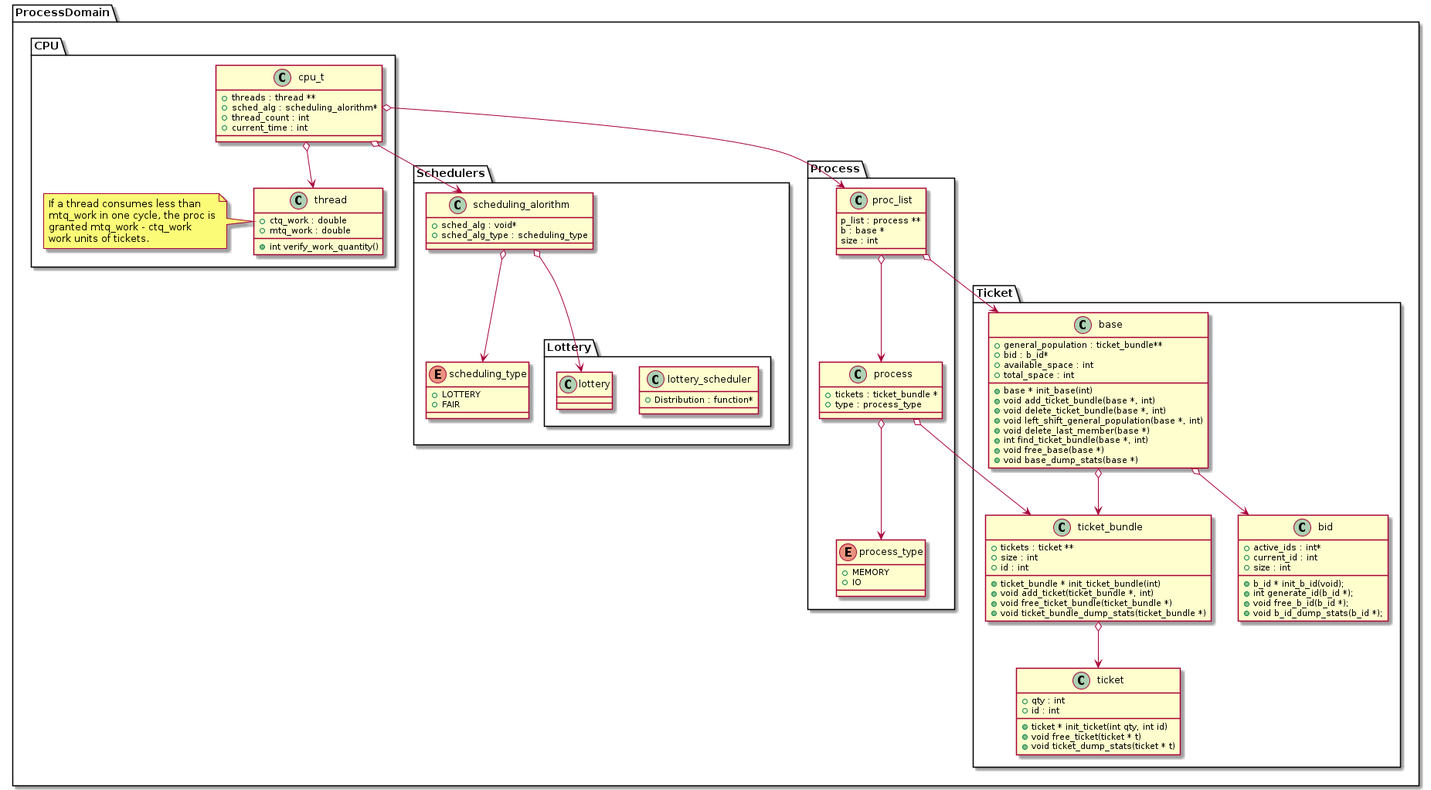
Earlier version of the PlantUML export documentation/uml_figure.png (millipedes/Scheduling-Simulator).
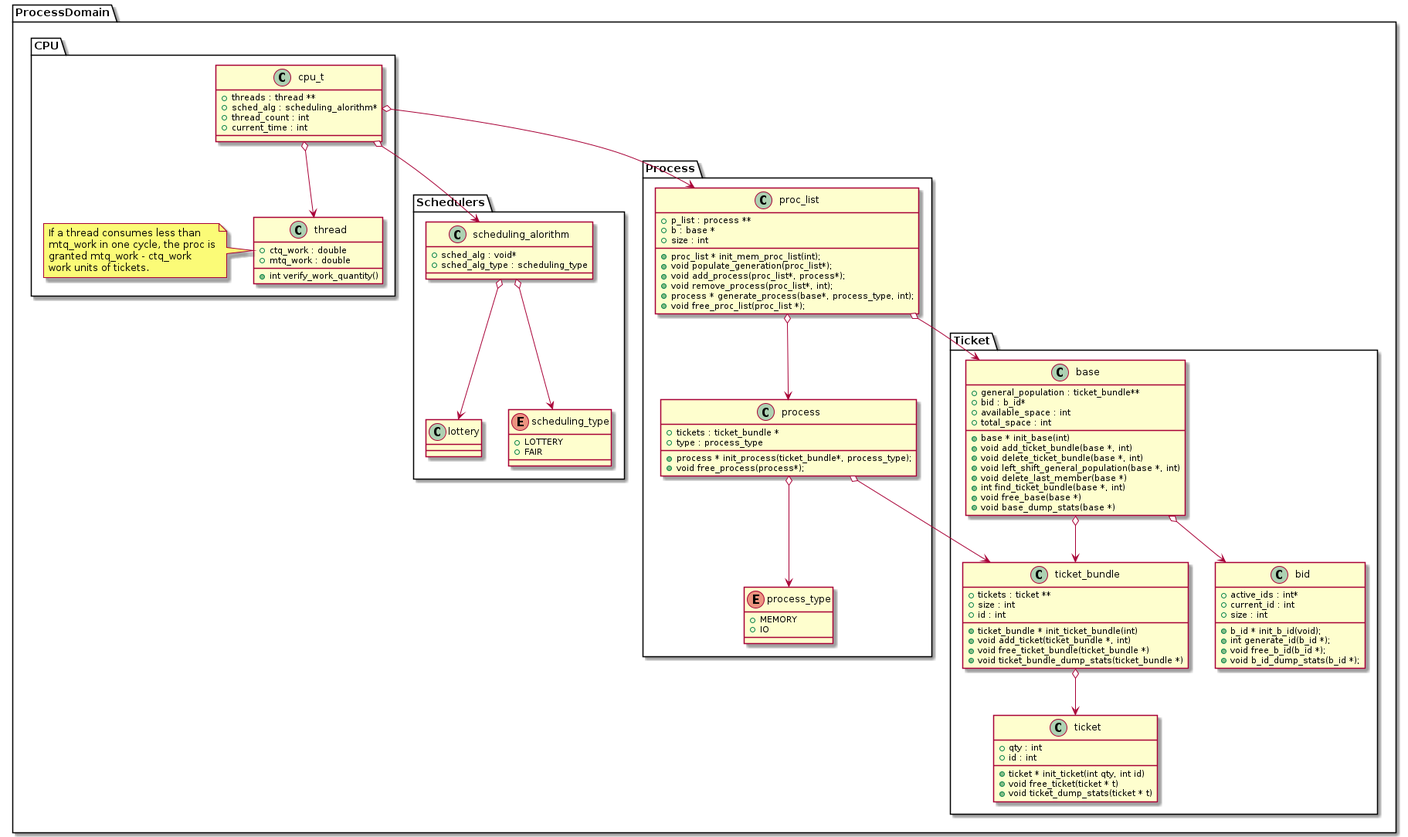
The same diagram one commit later.

What changed in the source:
```diff
@@ -6,13 +6,8 @@
       {field} + sched_alg : void*
       {field} + sched_alg_type : scheduling_type
     }
-    package Lottery {
-      class lottery_scheduler {
-        {field} + Distribution : function*
-      }
 
-      class lottery {
-      }
+    class lottery {
     }
 
     enum scheduling_type {
@@ -82,14 +77,23 @@
 
   package Process {
     class proc_list {
-      {field} p_list : process **
-      {field} b : base *
-      {field} size : int
+       {field} + p_list : process **
+       {field} + b : base *
+       {field} + size : int
+      {method} + proc_list * init_mem_proc_list(int);
+      {method} + void populate_generation(proc_list*);
+      {method} + void add_process(proc_list*, process*);
+      {method} + void remove_process(proc_list*, int);
+      {method} + process * generate_process(base*, process_type, int);
+      {method} + void free_proc_list(proc_list *);
     }
 
     class process {
-      {field} + tickets : ticket_bundle *
-      {field} + type : process_type
+       {field} + tickets : ticket_bundle *
+       {field} + type : process_type
+      {method} + process * init_process(ticket_bundle*, process_type);
+      {method} + void free_process(process*);
+
     }
 
     enum process_type {
```
